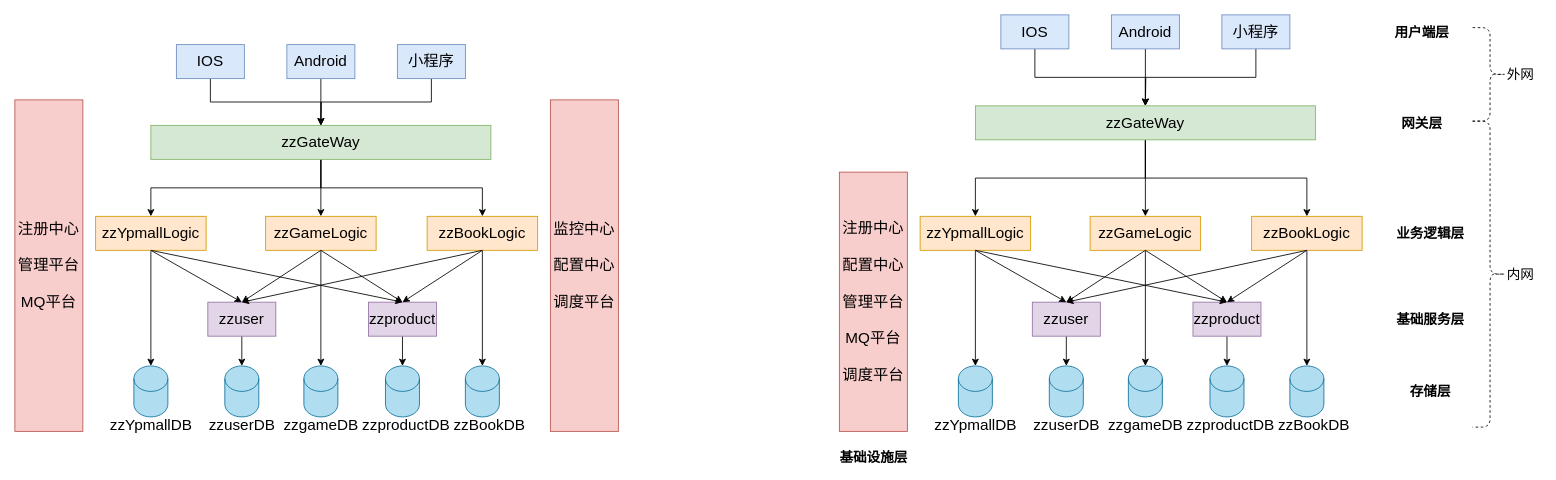
Earlier version of the draw.io diagram personal/duyunjie/系统架构.drawio (zhuanzhuan-tech/arch-draw-io). Source tidied: cells renumbered, new cells numbered last; positions are measured from the earlier drawing's top-left corner, leaving out a move shared by most shapes. Both pictures are drawn from the tidied source at 85%, with x=0, y=0 at pixel (14, 14).
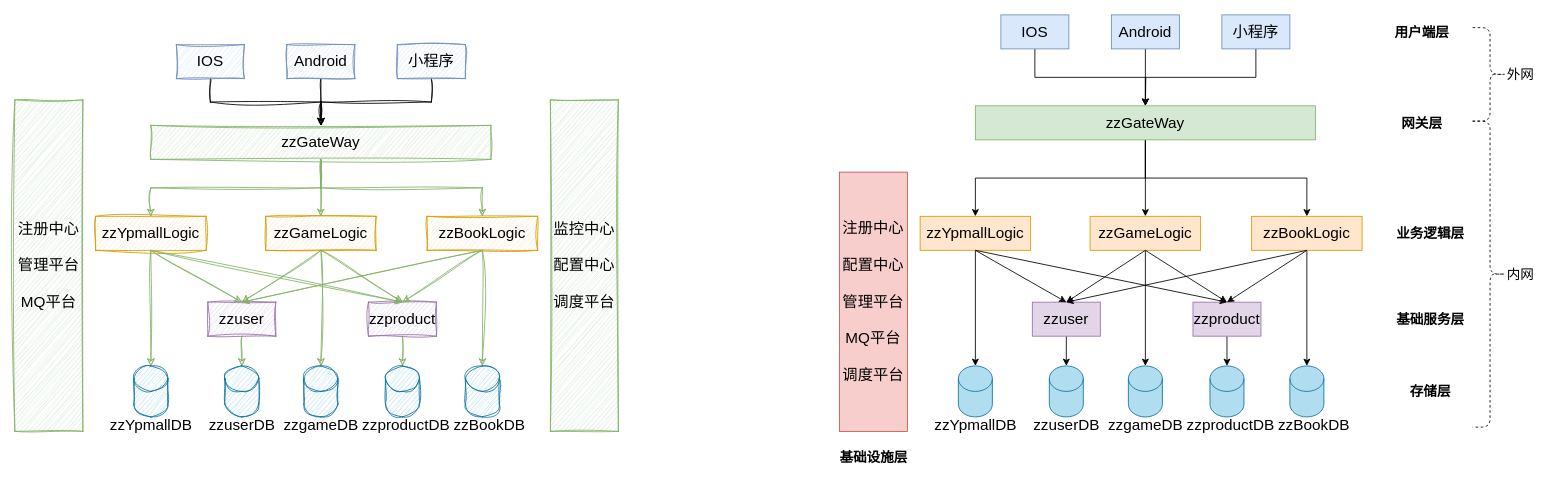
The same diagram, later.

Commit message:
更新系统架构.drawio

Diff of the diagram source:
```diff
@@
-    <mxCell id="2" style="edgeStyle=orthogonalEdgeStyle;rounded=0;jettySize=auto;html=1;exitX=0.5;exitY=1;exitDx=0;exitDy=0;entryX=0.5;entryY=0;entryDx=0;entryDy=0;" parent="1" edge="1" source="3" target="33">
+    <mxCell id="2" style="edgeStyle=orthogonalEdgeStyle;rounded=0;jettySize=auto;html=1;exitX=0.5;exitY=1;exitDx=0;exitDy=0;entryX=0.5;entryY=0;entryDx=0;entryDy=0;sketch=1;curveFitting=1;jiggle=2;" parent="1" edge="1" source="3" target="33">
       <mxGeometry relative="1" as="geometry" />
     </mxCell>
-    <mxCell id="3" value="&lt;font style=&quot;font-size: 18px&quot;&gt;IOS&lt;/font&gt;" style="rounded=0;whiteSpace=wrap;html=1;fillColor=#dae8fc;strokeColor=#6c8ebf;" parent="1" vertex="1">
+    <mxCell id="3" value="&lt;font style=&quot;font-size: 18px&quot;&gt;IOS&lt;/font&gt;" style="rounded=0;whiteSpace=wrap;html=1;fillColor=#dae8fc;strokeColor=#6c8ebf;sketch=1;curveFitting=1;jiggle=2;" parent="1" vertex="1">
       <mxGeometry x="190" y="35" width="80" height="40" as="geometry" />
     </mxCell>
-    <mxCell id="4" style="edgeStyle=orthogonalEdgeStyle;rounded=0;jettySize=auto;html=1;exitX=0.5;exitY=1;exitDx=0;exitDy=0;entryX=0.5;entryY=0;entryDx=0;entryDy=0;" parent="1" edge="1" source="5" target="33">
+    <mxCell id="4" style="edgeStyle=orthogonalEdgeStyle;rounded=0;jettySize=auto;html=1;exitX=0.5;exitY=1;exitDx=0;exitDy=0;entryX=0.5;entryY=0;entryDx=0;entryDy=0;sketch=1;curveFitting=1;jiggle=2;" parent="1" edge="1" source="5" target="33">
       <mxGeometry relative="1" as="geometry" />
     </mxCell>
-    <mxCell id="5" value="&lt;font style=&quot;font-size: 18px&quot;&gt;Android&lt;/font&gt;" style="rounded=0;whiteSpace=wrap;html=1;fillColor=#dae8fc;strokeColor=#6c8ebf;" parent="1" vertex="1">
+    <mxCell id="5" value="&lt;font style=&quot;font-size: 18px&quot;&gt;Android&lt;/font&gt;" style="rounded=0;whiteSpace=wrap;html=1;fillColor=#dae8fc;strokeColor=#6c8ebf;sketch=1;curveFitting=1;jiggle=2;" parent="1" vertex="1">
       <mxGeometry x="320" y="35" width="80" height="40" as="geometry" />
     </mxCell>
-    <mxCell id="6" style="edgeStyle=orthogonalEdgeStyle;rounded=0;jettySize=auto;html=1;exitX=0.5;exitY=1;exitDx=0;exitDy=0;" parent="1" edge="1" source="7">
+    <mxCell id="6" style="edgeStyle=orthogonalEdgeStyle;rounded=0;jettySize=auto;html=1;exitX=0.5;exitY=1;exitDx=0;exitDy=0;sketch=1;curveFitting=1;jiggle=2;" parent="1" edge="1" source="7">
       <mxGeometry relative="1" as="geometry">
         <mxPoint x="360" y="130" as="targetPoint" />
       </mxGeometry>
     </mxCell>
-    <mxCell id="7" value="&lt;span style=&quot;font-size: 18px&quot;&gt;小程序&lt;/span&gt;" style="rounded=0;whiteSpace=wrap;html=1;fillColor=#dae8fc;strokeColor=#6c8ebf;" parent="1" vertex="1">
+    <mxCell id="7" value="&lt;span style=&quot;font-size: 18px&quot;&gt;小程序&lt;/span&gt;" style="rounded=0;whiteSpace=wrap;html=1;fillColor=#dae8fc;strokeColor=#6c8ebf;sketch=1;curveFitting=1;jiggle=2;" parent="1" vertex="1">
       <mxGeometry x="450" y="35" width="80" height="40" as="geometry" />
     </mxCell>
-    <mxCell id="8" style="edgeStyle=orthogonalEdgeStyle;rounded=0;jettySize=auto;html=1;exitX=0.5;exitY=1;exitDx=0;exitDy=0;entryX=0.5;entryY=0;entryDx=0;entryDy=0;entryPerimeter=0;fontSize=18;" parent="1" edge="1" source="9" target="16">
+    <mxCell id="8" style="edgeStyle=orthogonalEdgeStyle;rounded=0;jettySize=auto;html=1;exitX=0.5;exitY=1;exitDx=0;exitDy=0;entryX=0.5;entryY=0;entryDx=0;entryDy=0;entryPerimeter=0;fontSize=18;sketch=1;curveFitting=1;jiggle=2;fillColor=#d5e8d4;strokeColor=#82b366;" parent="1" edge="1" source="9" target="16">
       <mxGeometry relative="1" as="geometry" />
     </mxCell>
-    <mxCell id="9" value="&lt;font style=&quot;font-size: 18px&quot;&gt;zzYpmallLogic&lt;/font&gt;" style="rounded=0;whiteSpace=wrap;html=1;fillColor=#ffe6cc;strokeColor=#d79b00;" parent="1" vertex="1">
+    <mxCell id="9" value="&lt;font style=&quot;font-size: 18px&quot;&gt;zzYpmallLogic&lt;/font&gt;" style="rounded=0;whiteSpace=wrap;html=1;fillColor=#ffe6cc;strokeColor=#d79b00;sketch=1;curveFitting=1;jiggle=2;" parent="1" vertex="1">
       <mxGeometry x="95" y="237" width="130" height="40" as="geometry" />
     </mxCell>
-    <mxCell id="10" style="edgeStyle=orthogonalEdgeStyle;rounded=0;jettySize=auto;html=1;exitX=0.5;exitY=1;exitDx=0;exitDy=0;entryX=0.5;entryY=0;entryDx=0;entryDy=0;entryPerimeter=0;fontSize=18;" parent="1" edge="1" source="11" target="22">
+    <mxCell id="10" style="edgeStyle=orthogonalEdgeStyle;rounded=0;jettySize=auto;html=1;exitX=0.5;exitY=1;exitDx=0;exitDy=0;entryX=0.5;entryY=0;entryDx=0;entryDy=0;entryPerimeter=0;fontSize=18;sketch=1;curveFitting=1;jiggle=2;fillColor=#d5e8d4;strokeColor=#82b366;" parent="1" edge="1" source="11" target="22">
       <mxGeometry relative="1" as="geometry" />
     </mxCell>
-    <mxCell id="11" value="&lt;font style=&quot;font-size: 18px&quot;&gt;zzBookLogic&lt;/font&gt;" style="rounded=0;whiteSpace=wrap;html=1;fillColor=#ffe6cc;strokeColor=#d79b00;" parent="1" vertex="1">
+    <mxCell id="11" value="&lt;font style=&quot;font-size: 18px&quot;&gt;zzBookLogic&lt;/font&gt;" style="rounded=0;whiteSpace=wrap;html=1;fillColor=#ffe6cc;strokeColor=#d79b00;sketch=1;curveFitting=1;jiggle=2;" parent="1" vertex="1">
       <mxGeometry x="485" y="237" width="130" height="40" as="geometry" />
     </mxCell>
-    <mxCell id="12" style="edgeStyle=orthogonalEdgeStyle;rounded=0;jettySize=auto;html=1;exitX=0.5;exitY=1;exitDx=0;exitDy=0;entryX=0.5;entryY=0;entryDx=0;entryDy=0;entryPerimeter=0;fontSize=18;" parent="1" edge="1" source="13" target="18">
+    <mxCell id="12" style="edgeStyle=orthogonalEdgeStyle;rounded=0;jettySize=auto;html=1;exitX=0.5;exitY=1;exitDx=0;exitDy=0;entryX=0.5;entryY=0;entryDx=0;entryDy=0;entryPerimeter=0;fontSize=18;sketch=1;curveFitting=1;jiggle=2;fillColor=#d5e8d4;strokeColor=#82b366;" parent="1" edge="1" source="13" target="18">
       <mxGeometry relative="1" as="geometry" />
     </mxCell>
-    <mxCell id="13" value="&lt;font style=&quot;font-size: 18px&quot;&gt;zzuser&lt;/font&gt;" style="rounded=0;whiteSpace=wrap;html=1;fillColor=#e1d5e7;strokeColor=#9673a6;" parent="1" vertex="1">
+    <mxCell id="13" value="&lt;font style=&quot;font-size: 18px&quot;&gt;zzuser&lt;/font&gt;" style="rounded=0;whiteSpace=wrap;html=1;fillColor=#e1d5e7;strokeColor=#9673a6;sketch=1;curveFitting=1;jiggle=2;" parent="1" vertex="1">
       <mxGeometry x="227" y="338" width="80" height="40" as="geometry" />
     </mxCell>
-    <mxCell id="14" style="edgeStyle=orthogonalEdgeStyle;rounded=0;jettySize=auto;html=1;exitX=0.5;exitY=1;exitDx=0;exitDy=0;entryX=0.5;entryY=0;entryDx=0;entryDy=0;entryPerimeter=0;fontSize=18;" parent="1" edge="1" source="15" target="20">
+    <mxCell id="14" style="edgeStyle=orthogonalEdgeStyle;rounded=0;jettySize=auto;html=1;exitX=0.5;exitY=1;exitDx=0;exitDy=0;entryX=0.5;entryY=0;entryDx=0;entryDy=0;entryPerimeter=0;fontSize=18;sketch=1;curveFitting=1;jiggle=2;fillColor=#d5e8d4;strokeColor=#82b366;" parent="1" edge="1" source="15" target="20">
       <mxGeometry relative="1" as="geometry" />
     </mxCell>
-    <mxCell id="15" value="&lt;font style=&quot;font-size: 18px&quot;&gt;zzproduct&lt;/font&gt;" style="rounded=0;whiteSpace=wrap;html=1;fillColor=#e1d5e7;strokeColor=#9673a6;" parent="1" vertex="1">
+    <mxCell id="15" value="&lt;font style=&quot;font-size: 18px&quot;&gt;zzproduct&lt;/font&gt;" style="rounded=0;whiteSpace=wrap;html=1;fillColor=#e1d5e7;strokeColor=#9673a6;sketch=1;curveFitting=1;jiggle=2;" parent="1" vertex="1">
       <mxGeometry x="416" y="338" width="80" height="40" as="geometry" />
     </mxCell>
-    <mxCell id="16" style="shape=cylinder3;whiteSpace=wrap;html=1;boundedLbl=1;backgroundOutline=1;size=15;fontSize=18;fillColor=#b1ddf0;strokeColor=#10739e;" parent="1" vertex="1">
+    <mxCell id="16" style="shape=cylinder3;whiteSpace=wrap;html=1;boundedLbl=1;backgroundOutline=1;size=15;fontSize=18;fillColor=#b1ddf0;strokeColor=#10739e;sketch=1;curveFitting=1;jiggle=2;" parent="1" vertex="1">
       <mxGeometry x="140" y="413" width="40" height="60" as="geometry" />
     </mxCell>
-    <mxCell id="17" value="zzYpmallDB" style="text;html=1;align=center;verticalAlign=middle;strokeColor=none;fillColor=none;fontSize=18;" parent="1" vertex="1">
+    <mxCell id="17" value="zzYpmallDB" style="text;html=1;align=center;verticalAlign=middle;strokeColor=none;fillColor=none;fontSize=18;sketch=1;curveFitting=1;jiggle=2;" parent="1" vertex="1">
       <mxGeometry x="105" y="468" width="110" height="30" as="geometry" />
     </mxCell>
-    <mxCell id="18" style="shape=cylinder3;whiteSpace=wrap;html=1;boundedLbl=1;backgroundOutline=1;size=15;fontSize=18;fillColor=#b1ddf0;strokeColor=#10739e;" parent="1" vertex="1">
+    <mxCell id="18" style="shape=cylinder3;whiteSpace=wrap;html=1;boundedLbl=1;backgroundOutline=1;size=15;fontSize=18;fillColor=#b1ddf0;strokeColor=#10739e;sketch=1;curveFitting=1;jiggle=2;" parent="1" vertex="1">
       <mxGeometry x="247" y="413" width="40" height="60" as="geometry" />
     </mxCell>
-    <mxCell id="19" value="zzuserDB" style="text;html=1;align=center;verticalAlign=middle;strokeColor=none;fillColor=none;fontSize=18;" parent="1" vertex="1">
+    <mxCell id="19" value="zzuserDB" style="text;html=1;align=center;verticalAlign=middle;strokeColor=none;fillColor=none;fontSize=18;sketch=1;curveFitting=1;jiggle=2;" parent="1" vertex="1">
       <mxGeometry x="222" y="468" width="90" height="30" as="geometry" />
     </mxCell>
-    <mxCell id="20" style="shape=cylinder3;whiteSpace=wrap;html=1;boundedLbl=1;backgroundOutline=1;size=15;fontSize=18;fillColor=#b1ddf0;strokeColor=#10739e;" parent="1" vertex="1">
+    <mxCell id="20" style="shape=cylinder3;whiteSpace=wrap;html=1;boundedLbl=1;backgroundOutline=1;size=15;fontSize=18;fillColor=#b1ddf0;strokeColor=#10739e;sketch=1;curveFitting=1;jiggle=2;" parent="1" vertex="1">
       <mxGeometry x="436" y="413" width="40" height="60" as="geometry" />
     </mxCell>
-    <mxCell id="21" value="zzproductDB" style="text;html=1;align=center;verticalAlign=middle;strokeColor=none;fillColor=none;fontSize=18;" parent="1" vertex="1">
+    <mxCell id="21" value="zzproductDB" style="text;html=1;align=center;verticalAlign=middle;strokeColor=none;fillColor=none;fontSize=18;sketch=1;curveFitting=1;jiggle=2;" parent="1" vertex="1">
       <mxGeometry x="400" y="468" width="120" height="30" as="geometry" />
     </mxCell>
-    <mxCell id="22" style="shape=cylinder3;whiteSpace=wrap;html=1;boundedLbl=1;backgroundOutline=1;size=15;fontSize=18;fillColor=#b1ddf0;strokeColor=#10739e;" parent="1" vertex="1">
+    <mxCell id="22" style="shape=cylinder3;whiteSpace=wrap;html=1;boundedLbl=1;backgroundOutline=1;size=15;fontSize=18;fillColor=#b1ddf0;strokeColor=#10739e;sketch=1;curveFitting=1;jiggle=2;" parent="1" vertex="1">
       <mxGeometry x="530" y="413" width="40" height="60" as="geometry" />
     </mxCell>
-    <mxCell id="23" value="zzBookDB" style="text;html=1;align=center;verticalAlign=middle;strokeColor=none;fillColor=none;fontSize=18;" parent="1" vertex="1">
+    <mxCell id="23" value="zzBookDB" style="text;html=1;align=center;verticalAlign=middle;strokeColor=none;fillColor=none;fontSize=18;sketch=1;curveFitting=1;jiggle=2;" parent="1" vertex="1">
       <mxGeometry x="508" y="468" width="100" height="30" as="geometry" />
     </mxCell>
-    <mxCell id="24" value="&lt;span style=&quot;font-size: 18px&quot;&gt;注册中心&lt;br&gt;&lt;br&gt;管理平台&lt;br&gt;&lt;br&gt;MQ平台&lt;br&gt;&lt;/span&gt;" style="rounded=0;whiteSpace=wrap;html=1;fillColor=#f8cecc;strokeColor=#b85450;" parent="1" vertex="1">
+    <mxCell id="24" value="&lt;span style=&quot;font-size: 18px&quot;&gt;注册中心&lt;br&gt;&lt;br&gt;管理平台&lt;br&gt;&lt;br&gt;MQ平台&lt;br&gt;&lt;/span&gt;" style="rounded=0;whiteSpace=wrap;html=1;fillColor=#d5e8d4;strokeColor=#82b366;sketch=1;curveFitting=1;jiggle=2;" parent="1" vertex="1">
       <mxGeometry y="100" width="80" height="390" as="geometry" />
     </mxCell>
-    <mxCell id="25" value="&lt;span style=&quot;font-size: 18px&quot;&gt;监控中心&lt;br&gt;&lt;br&gt;配置中心&lt;br&gt;&lt;br&gt;调度平台&lt;br&gt;&lt;/span&gt;" style="rounded=0;whiteSpace=wrap;html=1;fillColor=#f8cecc;strokeColor=#b85450;" parent="1" vertex="1">
+    <mxCell id="25" value="&lt;span style=&quot;font-size: 18px&quot;&gt;监控中心&lt;br&gt;&lt;br&gt;配置中心&lt;br&gt;&lt;br&gt;调度平台&lt;br&gt;&lt;/span&gt;" style="rounded=0;whiteSpace=wrap;html=1;fillColor=#d5e8d4;strokeColor=#82b366;sketch=1;curveFitting=1;jiggle=2;" parent="1" vertex="1">
       <mxGeometry x="630" y="100" width="80" height="390" as="geometry" />
     </mxCell>
-    <mxCell id="26" style="endArrow=classic;html=1;rounded=0;fontSize=18;exitX=0.5;exitY=1;exitDx=0;exitDy=0;entryX=0.5;entryY=0;entryDx=0;entryDy=0;" parent="1" edge="1" source="9" target="13">
+    <mxCell id="26" style="endArrow=classic;html=1;rounded=0;fontSize=18;exitX=0.5;exitY=1;exitDx=0;exitDy=0;entryX=0.5;entryY=0;entryDx=0;entryDy=0;sketch=1;curveFitting=1;jiggle=2;fillColor=#d5e8d4;strokeColor=#82b366;" parent="1" edge="1" source="9" target="13">
       <mxGeometry relative="1" as="geometry" />
     </mxCell>
-    <mxCell id="27" style="endArrow=classic;html=1;rounded=0;fontSize=18;exitX=0.5;exitY=1;exitDx=0;exitDy=0;entryX=0.5;entryY=0;entryDx=0;entryDy=0;" parent="1" edge="1" source="9" target="15">
+    <mxCell id="27" style="endArrow=classic;html=1;rounded=0;fontSize=18;exitX=0.5;exitY=1;exitDx=0;exitDy=0;entryX=0.5;entryY=0;entryDx=0;entryDy=0;sketch=1;curveFitting=1;jiggle=2;fillColor=#d5e8d4;strokeColor=#82b366;" parent="1" edge="1" source="9" target="15">
       <mxGeometry relative="1" as="geometry" />
     </mxCell>
-    <mxCell id="28" style="endArrow=classic;html=1;rounded=0;fontSize=18;exitX=0.5;exitY=1;exitDx=0;exitDy=0;entryX=0.5;entryY=0;entryDx=0;entryDy=0;" parent="1" edge="1" source="11" target="15">
+    <mxCell id="28" style="endArrow=classic;html=1;rounded=0;fontSize=18;exitX=0.5;exitY=1;exitDx=0;exitDy=0;entryX=0.5;entryY=0;entryDx=0;entryDy=0;sketch=1;curveFitting=1;jiggle=2;fillColor=#d5e8d4;strokeColor=#82b366;" parent="1" edge="1" source="11" target="15">
       <mxGeometry relative="1" as="geometry" />
     </mxCell>
-    <mxCell id="29" style="endArrow=classic;html=1;rounded=0;fontSize=18;exitX=0.5;exitY=1;exitDx=0;exitDy=0;entryX=0.5;entryY=0;entryDx=0;entryDy=0;" parent="1" edge="1" source="11" target="13">
+    <mxCell id="29" style="endArrow=classic;html=1;rounded=0;fontSize=18;exitX=0.5;exitY=1;exitDx=0;exitDy=0;entryX=0.5;entryY=0;entryDx=0;entryDy=0;sketch=1;curveFitting=1;jiggle=2;fillColor=#d5e8d4;strokeColor=#82b366;" parent="1" edge="1" source="11" target="13">
       <mxGeometry relative="1" as="geometry" />
     </mxCell>
-    <mxCell id="30" style="edgeStyle=orthogonalEdgeStyle;rounded=0;jettySize=auto;html=1;exitX=0.5;exitY=1;exitDx=0;exitDy=0;fontSize=18;" parent="1" edge="1" source="33" target="35">
+    <mxCell id="30" style="edgeStyle=orthogonalEdgeStyle;rounded=0;jettySize=auto;html=1;exitX=0.5;exitY=1;exitDx=0;exitDy=0;fontSize=18;sketch=1;curveFitting=1;jiggle=2;fillColor=#d5e8d4;strokeColor=#82b366;" parent="1" edge="1" source="33" target="35">
       <mxGeometry relative="1" as="geometry" />
     </mxCell>
-    <mxCell id="31" style="edgeStyle=orthogonalEdgeStyle;rounded=0;jettySize=auto;html=1;exitX=0.5;exitY=1;exitDx=0;exitDy=0;entryX=0.5;entryY=0;entryDx=0;entryDy=0;" parent="1" edge="1" source="33" target="9">
+    <mxCell id="31" style="edgeStyle=orthogonalEdgeStyle;rounded=0;jettySize=auto;html=1;exitX=0.5;exitY=1;exitDx=0;exitDy=0;entryX=0.5;entryY=0;entryDx=0;entryDy=0;sketch=1;curveFitting=1;jiggle=2;fillColor=#d5e8d4;strokeColor=#82b366;" parent="1" edge="1" source="33" target="9">
       <mxGeometry relative="1" as="geometry" />
     </mxCell>
-    <mxCell id="32" style="edgeStyle=orthogonalEdgeStyle;rounded=0;jettySize=auto;html=1;exitX=0.5;exitY=1;exitDx=0;exitDy=0;entryX=0.5;entryY=0;entryDx=0;entryDy=0;" parent="1" edge="1" source="33" target="11">
+    <mxCell id="32" style="edgeStyle=orthogonalEdgeStyle;rounded=0;jettySize=auto;html=1;exitX=0.5;exitY=1;exitDx=0;exitDy=0;entryX=0.5;entryY=0;entryDx=0;entryDy=0;sketch=1;curveFitting=1;jiggle=2;fillColor=#d5e8d4;strokeColor=#82b366;" parent="1" edge="1" source="33" target="11">
       <mxGeometry relative="1" as="geometry" />
     </mxCell>
-    <mxCell id="33" value="&lt;font style=&quot;font-size: 18px&quot;&gt;zzGateWay&lt;/font&gt;" style="rounded=0;whiteSpace=wrap;html=1;fillColor=#d5e8d4;strokeColor=#82b366;" parent="1" vertex="1">
+    <mxCell id="33" value="&lt;font style=&quot;font-size: 18px&quot;&gt;zzGateWay&lt;/font&gt;" style="rounded=0;whiteSpace=wrap;html=1;fillColor=#d5e8d4;strokeColor=#82b366;sketch=1;curveFitting=1;jiggle=2;" parent="1" vertex="1">
       <mxGeometry x="160" y="130" width="400" height="40" as="geometry" />
     </mxCell>
-    <mxCell id="34" style="edgeStyle=orthogonalEdgeStyle;rounded=0;jettySize=auto;html=1;exitX=0.5;exitY=1;exitDx=0;exitDy=0;entryX=0.5;entryY=0;entryDx=0;entryDy=0;entryPerimeter=0;" parent="1" edge="1" source="35" target="36">
+    <mxCell id="34" style="edgeStyle=orthogonalEdgeStyle;rounded=0;jettySize=auto;html=1;exitX=0.5;exitY=1;exitDx=0;exitDy=0;entryX=0.5;entryY=0;entryDx=0;entryDy=0;entryPerimeter=0;sketch=1;curveFitting=1;jiggle=2;fillColor=#d5e8d4;strokeColor=#82b366;" parent="1" edge="1" source="35" target="36">
       <mxGeometry relative="1" as="geometry" />
     </mxCell>
-    <mxCell id="35" value="&lt;font style=&quot;font-size: 18px&quot;&gt;zzGameLogic&lt;/font&gt;" style="rounded=0;whiteSpace=wrap;html=1;fillColor=#ffe6cc;strokeColor=#d79b00;" parent="1" vertex="1">
+    <mxCell id="35" value="&lt;font style=&quot;font-size: 18px&quot;&gt;zzGameLogic&lt;/font&gt;" style="rounded=0;whiteSpace=wrap;html=1;fillColor=#ffe6cc;strokeColor=#d79b00;sketch=1;curveFitting=1;jiggle=2;" parent="1" vertex="1">
       <mxGeometry x="295" y="237" width="130" height="40" as="geometry" />
     </mxCell>
-    <mxCell id="36" style="shape=cylinder3;whiteSpace=wrap;html=1;boundedLbl=1;backgroundOutline=1;size=15;fontSize=18;fillColor=#b1ddf0;strokeColor=#10739e;" parent="1" vertex="1">
+    <mxCell id="36" style="shape=cylinder3;whiteSpace=wrap;html=1;boundedLbl=1;backgroundOutline=1;size=15;fontSize=18;fillColor=#b1ddf0;strokeColor=#10739e;sketch=1;curveFitting=1;jiggle=2;" parent="1" vertex="1">
       <mxGeometry x="340" y="413" width="40" height="60" as="geometry" />
     </mxCell>
-    <mxCell id="37" value="zzgameDB" style="text;html=1;align=center;verticalAlign=middle;strokeColor=none;fillColor=none;fontSize=18;" parent="1" vertex="1">
+    <mxCell id="37" value="zzgameDB" style="text;html=1;align=center;verticalAlign=middle;strokeColor=none;fillColor=none;fontSize=18;sketch=1;curveFitting=1;jiggle=2;" parent="1" vertex="1">
       <mxGeometry x="310" y="468" width="100" height="30" as="geometry" />
     </mxCell>
-    <mxCell id="38" style="endArrow=classic;html=1;rounded=0;fontSize=18;exitX=0.5;exitY=1;exitDx=0;exitDy=0;entryX=0.5;entryY=0;entryDx=0;entryDy=0;" parent="1" edge="1" source="35" target="15">
+    <mxCell id="38" style="endArrow=classic;html=1;rounded=0;fontSize=18;exitX=0.5;exitY=1;exitDx=0;exitDy=0;entryX=0.5;entryY=0;entryDx=0;entryDy=0;sketch=1;curveFitting=1;jiggle=2;fillColor=#d5e8d4;strokeColor=#82b366;" parent="1" edge="1" source="35" target="15">
       <mxGeometry relative="1" as="geometry" />
     </mxCell>
-    <mxCell id="39" style="endArrow=classic;html=1;rounded=0;fontSize=18;exitX=0.5;exitY=1;exitDx=0;exitDy=0;entryX=0.5;entryY=0;entryDx=0;entryDy=0;" parent="1" edge="1" source="35" target="13">
+    <mxCell id="39" style="endArrow=classic;html=1;rounded=0;fontSize=18;exitX=0.5;exitY=1;exitDx=0;exitDy=0;entryX=0.5;entryY=0;entryDx=0;entryDy=0;sketch=1;curveFitting=1;jiggle=2;fillColor=#d5e8d4;strokeColor=#82b366;" parent="1" edge="1" source="35" target="13">
       <mxGeometry relative="1" as="geometry" />
     </mxCell>
```
